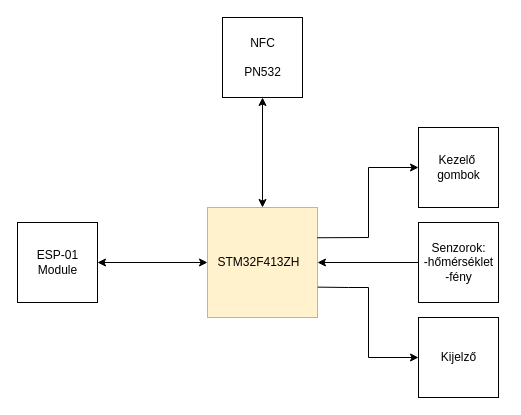
Earlier version of the draw.io diagram Megnevezetlen diagram.drawio (Mazsi04/IOT_okosothon_vezerlo). Source tidied: cells renumbered, new cells numbered last; positions are measured from the earlier drawing's top-left corner, leaving out a move shared by most shapes. Both pictures are drawn from the tidied source at 100%, with x=0, y=0 at pixel (17, 17).
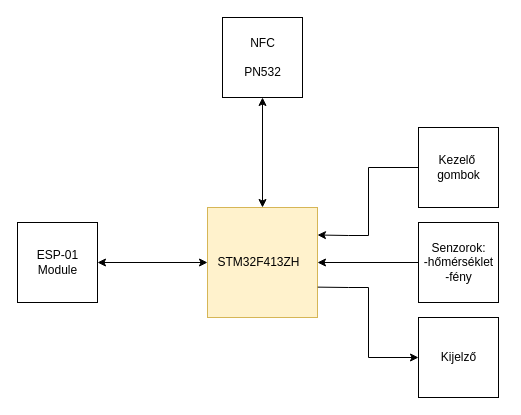
The same diagram, later.

Unchanged cells that the change refers to:
```xml
<mxCell id="2" style="whiteSpace=wrap;html=1;fillColor=#fff2cc;strokeColor=#d6b656;" parent="1" vertex="1">
  <mxGeometry x="190" y="190" width="110" height="110" as="geometry" />
</mxCell>
<mxCell id="14" style="whiteSpace=wrap;html=1;" parent="1" vertex="1">
  <mxGeometry x="401" y="110" width="80" height="80" as="geometry" />
</mxCell>
```

Change to the diagram source:
```diff
@@
-    <mxCell id="16" style="endArrow=classic;html=1;rounded=0;entryX=0;entryY=0.5;entryDx=0;entryDy=0;exitX=0.998;exitY=0.275;exitDx=0;exitDy=0;exitPerimeter=0;" parent="1" edge="1" source="2" target="14">
+    <mxCell id="16" style="endArrow=classic;html=1;rounded=0;entryX=1;entryY=0.25;entryDx=0;entryDy=0;exitX=0;exitY=0.5;exitDx=0;exitDy=0;" parent="1" edge="1" source="14" target="2">
       <mxGeometry relative="1" as="geometry">
         <Array as="points">
-          <mxPoint x="351" y="220" />
           <mxPoint x="351" y="150" />
+          <mxPoint x="351" y="218" />
+          <mxPoint x="331" y="218" />
         </Array>
       </mxGeometry>
     </mxCell>
```
